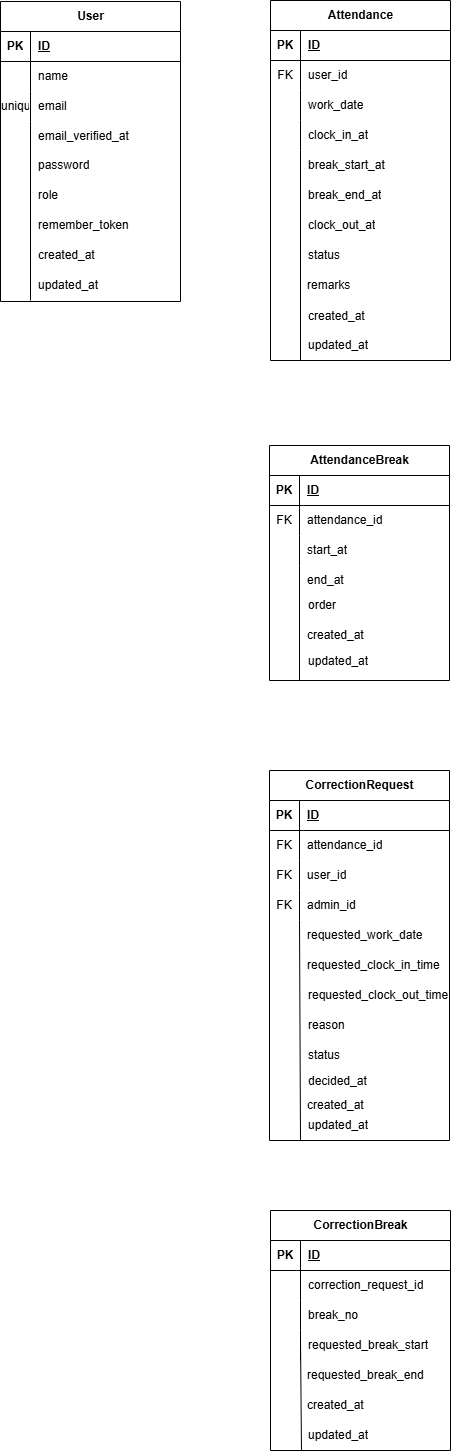
Earlier version of the draw.io export .drawio.png (Kotaro-905/Attendance-management). Source tidied: cells renumbered, new cells last; positions are measured from the earlier drawing's top-left corner, leaving out a move shared by most shapes.
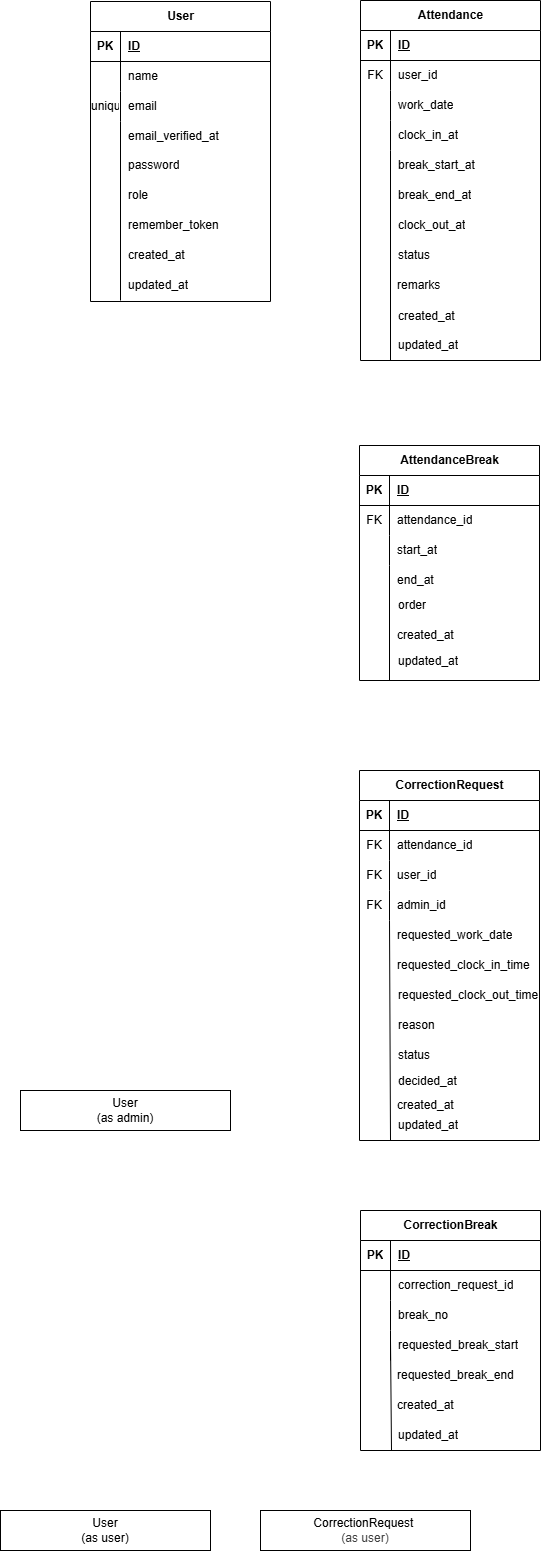
The same file after the commit.

What changed in the source:
```diff
@@ -308,5 +308,14 @@
         <mxPoint x="300" y="1340" as="targetPoint" />
       </mxGeometry>
     </mxCell>
+    <mxCell id="99" value="&lt;div&gt;&lt;font color=&quot;#000000&quot;&gt;User&lt;/font&gt;&lt;/div&gt;&lt;div&gt;&lt;font color=&quot;#000000&quot;&gt;(as user)&lt;/font&gt;&lt;/div&gt;" style="whiteSpace=wrap;html=1;align=center;" parent="1" vertex="1">
+      <mxGeometry x="-90" y="1510" width="210" height="40" as="geometry" />
+    </mxCell>
+    <mxCell id="100" value="&lt;div&gt;&lt;font color=&quot;#000000&quot;&gt;CorrectionRequest&amp;nbsp;&lt;/font&gt;&lt;/div&gt;&lt;div&gt;&lt;span style=&quot;background-color: transparent; color: rgb(63, 63, 63);&quot;&gt;(as user)&lt;/span&gt;&lt;/div&gt;" style="whiteSpace=wrap;html=1;align=center;" parent="1" vertex="1">
+      <mxGeometry x="170" y="1510" width="210" height="40" as="geometry" />
+    </mxCell>
+    <mxCell id="101" value="&lt;div&gt;&lt;font color=&quot;#000000&quot;&gt;User&lt;/font&gt;&lt;/div&gt;&lt;div&gt;&lt;font color=&quot;#000000&quot;&gt;(as admin)&lt;/font&gt;&lt;/div&gt;" style="whiteSpace=wrap;html=1;align=center;" parent="1" vertex="1">
+      <mxGeometry x="-70" y="1090" width="210" height="40" as="geometry" />
+    </mxCell>
   </root>
 </mxGraphModel>
```
